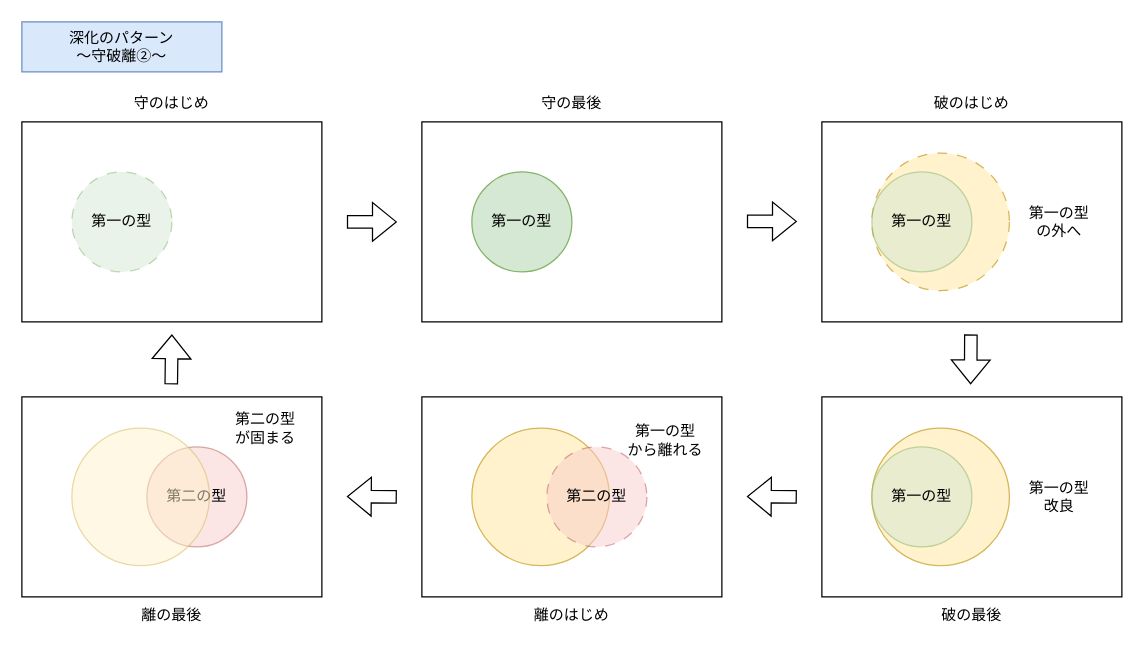
Before: qiita_shinka4.drawio in YossyIto/booklog_drowio, a draw.io diagram. Source tidied: cells renumbered, new cells numbered last; positions are measured from the earlier drawing's top-left corner, leaving out a move shared by most shapes. Both pictures are drawn from the tidied source at 125%, with x=0, y=0 at pixel (21, 21).
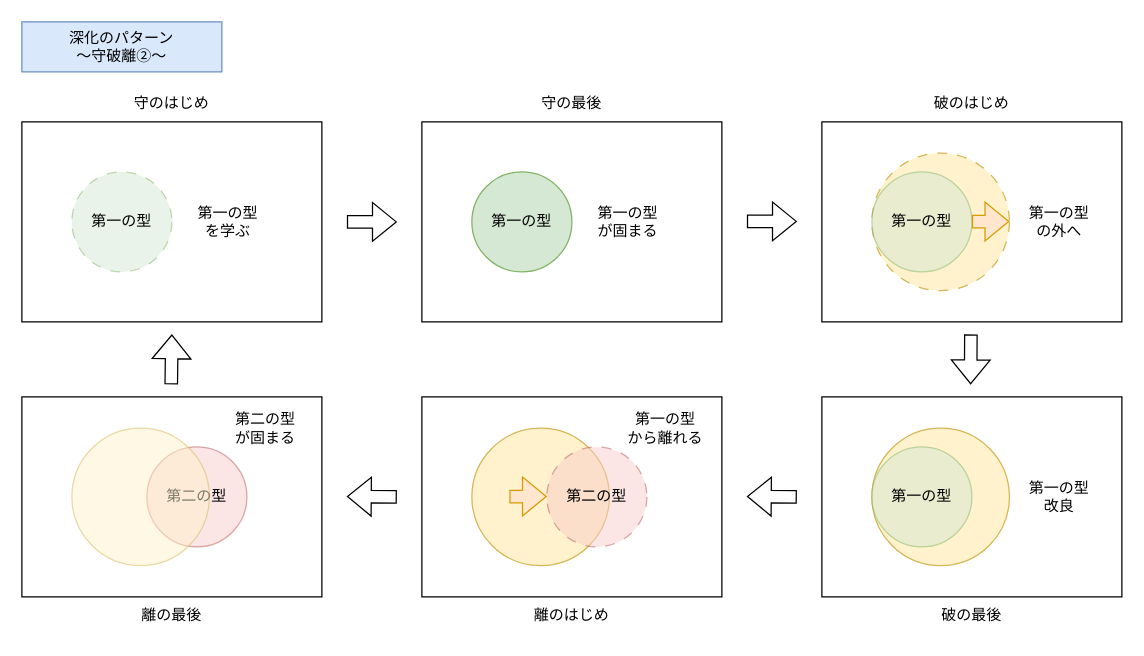
Above is the later version.

Commit message (it also covers changes not shown here):
qiita_shinka4.drawio を更新します

Diff of the diagram source:
```diff
@@
     <mxCell id="33" value="第一の型&lt;div&gt;から離れる&lt;/div&gt;" style="text;html=1;align=center;verticalAlign=middle;whiteSpace=wrap;rounded=0;" parent="1" vertex="1">
-      <mxGeometry x="480" y="320" width="70" height="30" as="geometry" />
+      <mxGeometry x="480" y="310" width="70" height="30" as="geometry" />
     </mxCell>
@@
+    <mxCell id="35" value="第一の型&lt;div&gt;が固まる&lt;/div&gt;" style="text;html=1;align=center;verticalAlign=middle;whiteSpace=wrap;rounded=0;" parent="1" vertex="1">
+      <mxGeometry x="450" y="145" width="70" height="30" as="geometry" />
+    </mxCell>
+    <mxCell id="36" style="shape=flexArrow;endArrow=classic;html=1;rounded=0;fillColor=#ffe6cc;strokeColor=#d79b00;" parent="1" edge="1">
+      <mxGeometry relative="1" as="geometry">
+        <mxPoint x="760" y="159.7" as="sourcePoint" />
+        <mxPoint x="790" y="159.7" as="targetPoint" />
+      </mxGeometry>
+    </mxCell>
+    <mxCell id="37" style="shape=flexArrow;endArrow=classic;html=1;rounded=0;fillColor=#ffe6cc;strokeColor=#d79b00;" parent="1" edge="1">
+      <mxGeometry relative="1" as="geometry">
+        <mxPoint x="390" y="379.7" as="sourcePoint" />
+        <mxPoint x="420" y="379.7" as="targetPoint" />
+      </mxGeometry>
+    </mxCell>
+    <mxCell id="38" value="第一の型&lt;div&gt;を学ぶ&lt;/div&gt;" style="text;html=1;align=center;verticalAlign=middle;whiteSpace=wrap;rounded=0;" parent="1" vertex="1">
+      <mxGeometry x="130" y="145" width="70" height="30" as="geometry" />
+    </mxCell>
```
